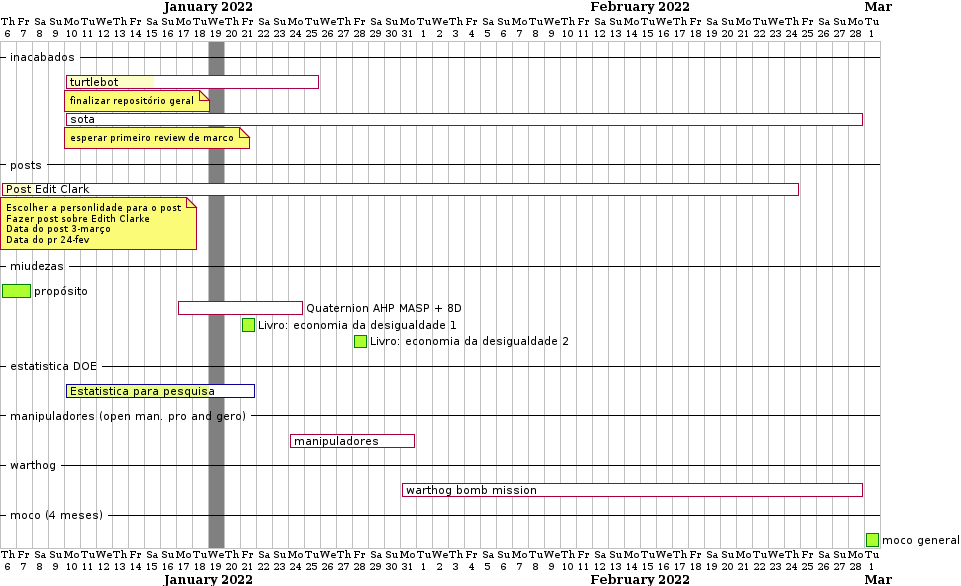
Earlier version of the PlantUML export time/gantt.png (aldenpower/plantumldiagrams).
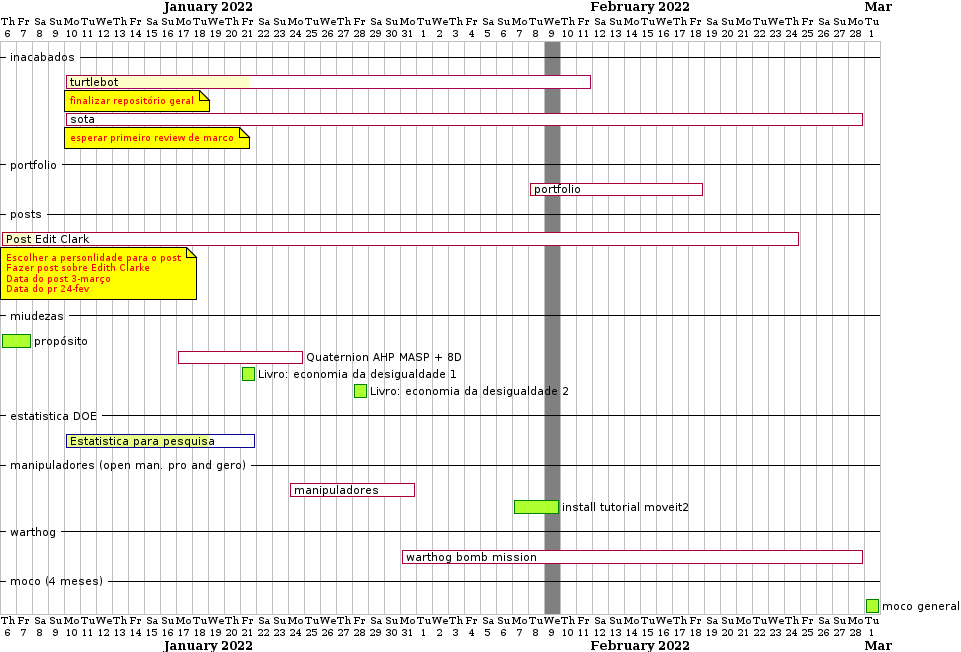
The same file after the commit.

Diff of the diagram source:
```diff
@@ -1,5 +1,4 @@
 @startgantt
-Project starts 2022-1-6
 
 <style>
 ganttDiagram {
@@ -11,15 +10,23 @@
       LineColor FireBrick
     }
   }
+  note{
+    FontColor Red
+    LineColor Black
+    BackGroundColor Yellow
+  }
 }
 </style>
 
+printscale daily zoom 1
 
-2022/01/19 is colored in grey
+Project starts 2022-1-6
+
+2022/02/09 is colored in grey
 
 
 --inacabados--
-[turtlebot] as [ttb] starts 2022-1-10 and ends 2022-1-25
+[turtlebot] as [ttb] starts 2022-1-10 and ends 2022-2-11
 note bottom
 finalizar repositório geral
 end note
@@ -28,6 +35,9 @@
 note bottom
 esperar primeiro review de marco
 end note
+
+--portfolio--
+[portfolio] as [pt] starts 2022-2-8 and ends 2022-2-18
 
 --posts--
 
@@ -56,6 +66,7 @@
 
 --manipuladores (open man. pro and gero)--
 [manipuladores] starts 2022-1-24 and ends 2022-1-31
+[install tutorial moveit2] starts 2022-2-7 and ends 2022-2-9
 
 --warthog--
 [warthog bomb mission] starts 2022-1-31 and ends 2022-2-28
@@ -70,7 +81,11 @@
 [warthog bomb mission] is 0% complete
 [Quaternion AHP MASP + 8D] is 0% complete
 [Estatistica para pesquisa] is 76% complete
+[pt] is 2% complete
 
-[ttb] links to [[https://trello.com/c/izSVQrqj]]
+
+
+
+
 
 @endgantt
```
